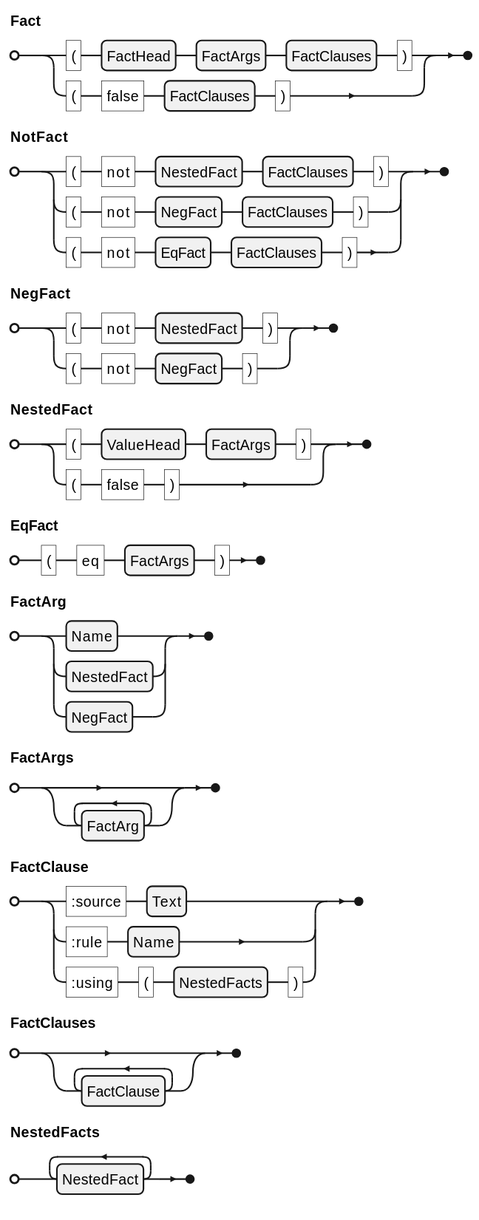
This is docs/ein/user/04-reference/diagrams/01-grammar-phrase-fact.svg from agutikov/ein, a PlantUML export, as it was before one commit. Its source is kept beside it as docs/ein/user/04-reference/diagrams/01-grammar-phrase-fact.puml.
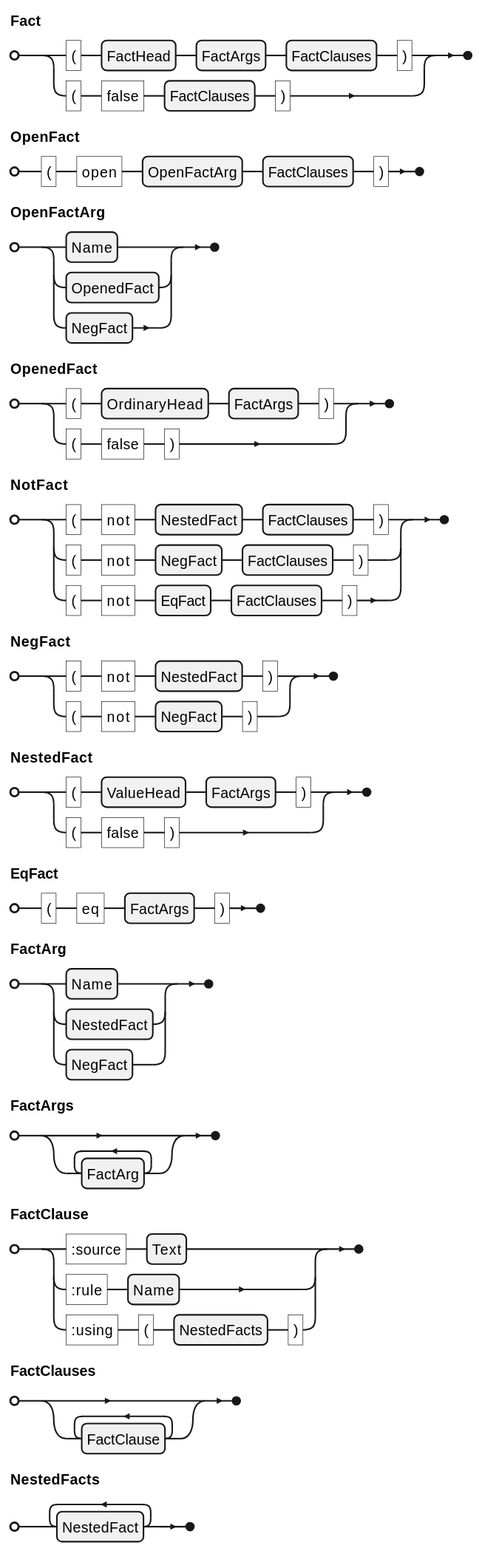
After the commit.

What changed in the source:
```diff
@@ -1,5 +1,8 @@
 @startebnf
 Fact = "(" , FactHead , FactArgs , FactClauses , ")" | "(" , "false" , FactClauses , ")" ;
+OpenFact = "(" , "open" , OpenFactArg , FactClauses , ")" ;
+OpenFactArg = Name | OpenedFact | NegFact ;
+OpenedFact = "(" , OrdinaryHead , FactArgs , ")" | "(" , "false" , ")" ;
 NotFact =
     "(" , "not" , NestedFact , FactClauses , ")"
   | "(" , "not" , NegFact , FactClauses , ")"
```
